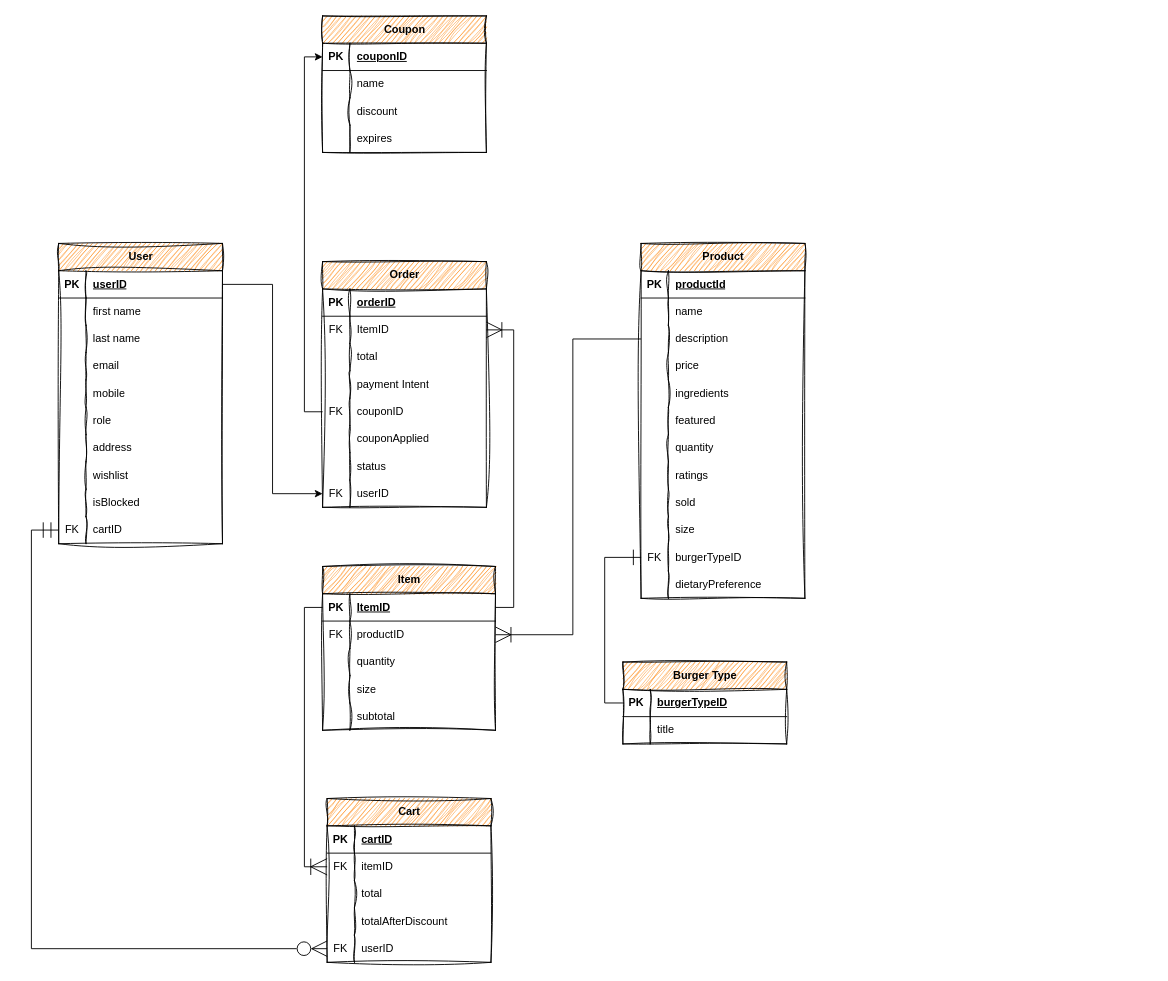
Earlier version of the draw.io diagram ER.drawio (JonR-lang/burger-restaurant-api). Source tidied: cells renumbered, new cells numbered last; positions are measured from the earlier drawing's top-left corner, leaving out a move shared by most shapes. Both pictures are drawn from the tidied source at 91%, with x=0, y=0 at pixel (58, 15).
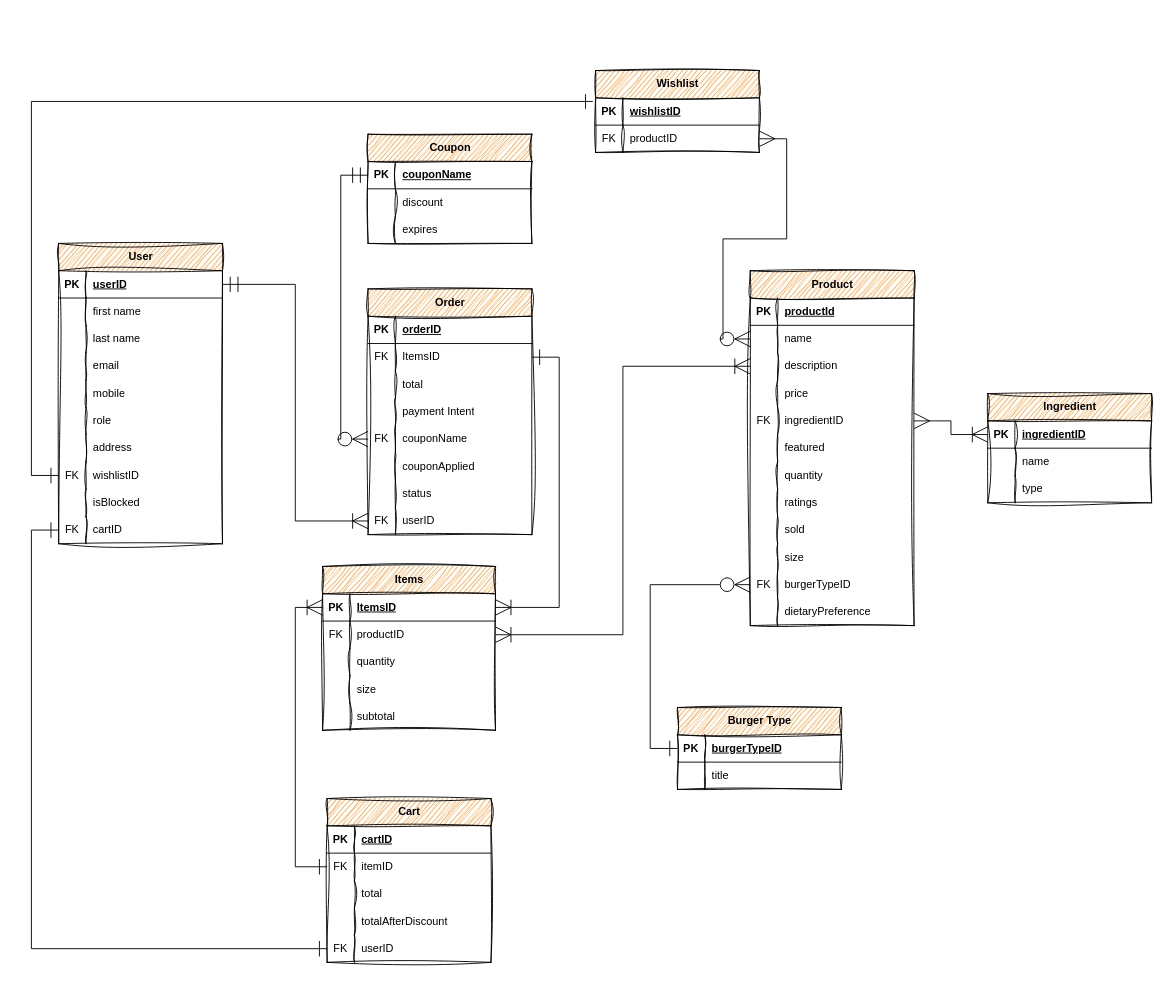
The same diagram, later.

Unchanged cells that the change refers to:
```xml
<mxCell id="3" style="shape=tableRow;horizontal=0;startSize=0;swimlaneHead=0;swimlaneBody=0;fillColor=none;points=[[0,0.5],[1,0.5]];portConstraint=eastwest;top=0;left=0;right=0;bottom=1;" parent="2" vertex="1">
  <mxGeometry y="30" width="180" height="30" as="geometry" />
</mxCell>
<mxCell id="24" style="shape=tableRow;horizontal=0;startSize=0;swimlaneHead=0;swimlaneBody=0;fillColor=none;points=[[0,0.5],[1,0.5]];portConstraint=eastwest;top=0;left=0;right=0;bottom=0;" parent="2" vertex="1">
  <mxGeometry y="240" width="180" height="30" as="geometry" />
</mxCell>
<mxCell id="30" style="shape=tableRow;horizontal=0;startSize=0;swimlaneHead=0;swimlaneBody=0;fillColor=none;points=[[0,0.5],[1,0.5]];portConstraint=eastwest;top=0;left=0;right=0;bottom=0;" parent="2" vertex="1">
  <mxGeometry y="300" width="180" height="30" as="geometry" />
</mxCell>
<mxCell id="37" style="shape=tableRow;horizontal=0;startSize=0;swimlaneHead=0;swimlaneBody=0;fillColor=none;points=[[0,0.5],[1,0.5]];portConstraint=eastwest;top=0;left=0;right=0;bottom=0;" parent="33" vertex="1">
  <mxGeometry y="60" width="180" height="30" as="geometry" />
</mxCell>
<mxCell id="46" style="shape=tableRow;horizontal=0;startSize=0;swimlaneHead=0;swimlaneBody=0;fillColor=none;points=[[0,0.5],[1,0.5]];portConstraint=eastwest;top=0;left=0;right=0;bottom=0;" parent="33" vertex="1">
  <mxGeometry y="150" width="180" height="30" as="geometry" />
</mxCell>
<mxCell id="55" style="shape=tableRow;horizontal=0;startSize=0;swimlaneHead=0;swimlaneBody=0;fillColor=none;points=[[0,0.5],[1,0.5]];portConstraint=eastwest;top=0;left=0;right=0;bottom=0;" parent="33" vertex="1">
  <mxGeometry y="240" width="180" height="30" as="geometry" />
</mxCell>
<mxCell id="62" style="shape=tableRow;horizontal=0;startSize=0;swimlaneHead=0;swimlaneBody=0;fillColor=none;points=[[0,0.5],[1,0.5]];portConstraint=eastwest;top=0;left=0;right=0;bottom=0;" parent="58" vertex="1">
  <mxGeometry y="60" width="180" height="30" as="geometry" />
</mxCell>
<mxCell id="65" style="shape=tableRow;horizontal=0;startSize=0;swimlaneHead=0;swimlaneBody=0;fillColor=none;points=[[0,0.5],[1,0.5]];portConstraint=eastwest;top=0;left=0;right=0;bottom=0;" parent="58" vertex="1">
  <mxGeometry y="90" width="180" height="30" as="geometry" />
</mxCell>
<mxCell id="71" style="shape=tableRow;horizontal=0;startSize=0;swimlaneHead=0;swimlaneBody=0;fillColor=none;points=[[0,0.5],[1,0.5]];portConstraint=eastwest;top=0;left=0;right=0;bottom=0;" parent="58" vertex="1">
  <mxGeometry y="150" width="180" height="30" as="geometry" />
</mxCell>
<mxCell id="89" style="shape=tableRow;horizontal=0;startSize=0;swimlaneHead=0;swimlaneBody=0;fillColor=none;points=[[0,0.5],[1,0.5]];portConstraint=eastwest;top=0;left=0;right=0;bottom=0;" parent="58" vertex="1">
  <mxGeometry y="330" width="180" height="30" as="geometry" />
</mxCell>
<mxCell id="96" style="shape=tableRow;horizontal=0;startSize=0;swimlaneHead=0;swimlaneBody=0;fillColor=none;points=[[0,0.5],[1,0.5]];portConstraint=eastwest;top=0;left=0;right=0;bottom=1;" parent="95" vertex="1">
  <mxGeometry y="30" width="180" height="30" as="geometry" />
</mxCell>
<mxCell id="109" style="shape=tableRow;horizontal=0;startSize=0;swimlaneHead=0;swimlaneBody=0;fillColor=none;points=[[0,0.5],[1,0.5]];portConstraint=eastwest;top=0;left=0;right=0;bottom=1;" parent="108" vertex="1">
  <mxGeometry y="30" width="190" height="30" as="geometry" />
</mxCell>
<mxCell id="112" style="shape=tableRow;horizontal=0;startSize=0;swimlaneHead=0;swimlaneBody=0;fillColor=none;points=[[0,0.5],[1,0.5]];portConstraint=eastwest;top=0;left=0;right=0;bottom=0;" parent="108" vertex="1">
  <mxGeometry y="60" width="190" height="30" as="geometry" />
</mxCell>
<mxCell id="125" style="shape=tableRow;horizontal=0;startSize=0;swimlaneHead=0;swimlaneBody=0;fillColor=none;points=[[0,0.5],[1,0.5]];portConstraint=eastwest;top=0;left=0;right=0;bottom=1;" parent="124" vertex="1">
  <mxGeometry y="30" width="180" height="30" as="geometry" />
</mxCell>
<mxCell id="135" style="shape=tableRow;horizontal=0;startSize=0;swimlaneHead=0;swimlaneBody=0;fillColor=none;points=[[0,0.5],[1,0.5]];portConstraint=eastwest;top=0;left=0;right=0;bottom=0;" parent="131" vertex="1">
  <mxGeometry y="60" width="180" height="30" as="geometry" />
</mxCell>
<mxCell id="144" style="shape=tableRow;horizontal=0;startSize=0;swimlaneHead=0;swimlaneBody=0;fillColor=none;points=[[0,0.5],[1,0.5]];portConstraint=eastwest;top=0;left=0;right=0;bottom=0;" parent="131" vertex="1">
  <mxGeometry y="150" width="180" height="30" as="geometry" />
</mxCell>
```

Diff of the diagram source:
```diff
@@
-    <mxCell id="25" style="shape=partialRectangle;fillColor=none;top=0;left=0;bottom=0;right=0;overflow=hidden;whiteSpace=wrap;html=1;" parent="24" vertex="1">
+    <mxCell id="25" value="FK" style="shape=partialRectangle;fillColor=none;top=0;left=0;bottom=0;right=0;overflow=hidden;whiteSpace=wrap;html=1;" parent="24" vertex="1">
       <mxGeometry width="30" height="30" as="geometry" />
     </mxCell>
-    <mxCell id="26" value="wishlist" style="shape=partialRectangle;fillColor=none;top=0;left=0;bottom=0;right=0;align=left;spacingLeft=6;overflow=hidden;whiteSpace=wrap;html=1;" parent="24" vertex="1">
+    <mxCell id="26" value="wishlistID" style="shape=partialRectangle;fillColor=none;top=0;left=0;bottom=0;right=0;align=left;spacingLeft=6;overflow=hidden;whiteSpace=wrap;html=1;" parent="24" vertex="1">
       <mxGeometry x="30" width="150" height="30" as="geometry" />
     </mxCell>
@@
     <mxCell id="33" value="Order" style="shape=table;startSize=30;childLayout=tableLayout;rowLines=0;fontStyle=1;align=center;html=1;fillStyle=auto;fillColor=#FF8000;sketch=1;curveFitting=1;jiggle=2;" parent="1" vertex="1">
-      <mxGeometry x="290" y="270" width="180" height="270" as="geometry" />
+      <mxGeometry x="340" y="300" width="180" height="270" as="geometry" />
     </mxCell>
@@
-    <mxCell id="39" value="ItemID" style="shape=partialRectangle;fillColor=none;top=0;left=0;bottom=0;right=0;align=left;spacingLeft=6;overflow=hidden;whiteSpace=wrap;html=1;" parent="37" vertex="1">
+    <mxCell id="39" value="ItemsID" style="shape=partialRectangle;fillColor=none;top=0;left=0;bottom=0;right=0;align=left;spacingLeft=6;overflow=hidden;whiteSpace=wrap;html=1;" parent="37" vertex="1">
       <mxGeometry x="30" width="150" height="30" as="geometry" />
     </mxCell>
@@
-    <mxCell id="48" value="couponID" style="shape=partialRectangle;fillColor=none;top=0;left=0;bottom=0;right=0;align=left;spacingLeft=6;overflow=hidden;whiteSpace=wrap;html=1;" parent="46" vertex="1">
+    <mxCell id="48" value="couponName" style="shape=partialRectangle;fillColor=none;top=0;left=0;bottom=0;right=0;align=left;spacingLeft=6;overflow=hidden;whiteSpace=wrap;html=1;" parent="46" vertex="1">
       <mxGeometry x="30" width="150" height="30" as="geometry" />
     </mxCell>
@@
     <mxCell id="58" value="Product" style="shape=table;startSize=30;childLayout=tableLayout;rowLines=0;fontStyle=1;align=center;html=1;fillColor=#FF8000;sketch=1;curveFitting=1;jiggle=2;" parent="1" vertex="1">
-      <mxGeometry x="640" y="250" width="180" height="390" as="geometry" />
+      <mxGeometry x="760" y="280" width="180" height="390" as="geometry" />
     </mxCell>
@@
-    <mxCell id="72" style="shape=partialRectangle;fillColor=none;top=0;left=0;bottom=0;right=0;overflow=hidden;whiteSpace=wrap;html=1;" parent="71" vertex="1">
+    <mxCell id="72" value="FK" style="shape=partialRectangle;fillColor=none;top=0;left=0;bottom=0;right=0;overflow=hidden;whiteSpace=wrap;html=1;" parent="71" vertex="1">
       <mxGeometry width="30" height="30" as="geometry" />
     </mxCell>
-    <mxCell id="73" value="ingredients" style="shape=partialRectangle;fillColor=none;top=0;left=0;bottom=0;right=0;align=left;spacingLeft=6;overflow=hidden;whiteSpace=wrap;html=1;" parent="71" vertex="1">
+    <mxCell id="73" value="ingredientID" style="shape=partialRectangle;fillColor=none;top=0;left=0;bottom=0;right=0;align=left;spacingLeft=6;overflow=hidden;whiteSpace=wrap;html=1;" parent="71" vertex="1">
       <mxGeometry x="30" width="150" height="30" as="geometry" />
     </mxCell>
@@
     <mxCell id="95" value="Coupon" style="shape=table;startSize=30;childLayout=tableLayout;rowLines=0;fontStyle=1;align=center;html=1;fillColor=#FF8000;rounded=0;sketch=1;curveFitting=1;jiggle=2;shadow=0;" parent="1" vertex="1">
-      <mxGeometry x="290" width="180" height="150" as="geometry" />
+      <mxGeometry x="340" y="130" width="180" height="120" as="geometry" />
     </mxCell>
@@
-    <mxCell id="98" value="couponID" style="shape=partialRectangle;fillColor=none;top=0;left=0;bottom=0;right=0;align=left;spacingLeft=6;fontStyle=5;overflow=hidden;whiteSpace=wrap;html=1;" parent="96" vertex="1">
+    <mxCell id="98" value="couponName" style="shape=partialRectangle;fillColor=none;top=0;left=0;bottom=0;right=0;align=left;spacingLeft=6;fontStyle=5;overflow=hidden;whiteSpace=wrap;html=1;" parent="96" vertex="1">
       <mxGeometry x="30" width="150" height="30" as="geometry" />
     </mxCell>
-    <mxCell id="99" style="shape=tableRow;horizontal=0;startSize=0;swimlaneHead=0;swimlaneBody=0;fillColor=none;top=0;left=0;right=0;bottom=0;" parent="95" vertex="1">
-      <mxGeometry y="60" width="180" height="30" as="geometry" />
-    </mxCell>
-    <mxCell id="100" style="shape=partialRectangle;fillColor=none;top=0;left=0;bottom=0;right=0;overflow=hidden;whiteSpace=wrap;html=1;" parent="99" vertex="1">
-      <mxGeometry width="30" height="30" as="geometry" />
-    </mxCell>
-    <mxCell id="101" value="name" style="shape=partialRectangle;fillColor=none;top=0;left=0;bottom=0;right=0;align=left;spacingLeft=6;overflow=hidden;whiteSpace=wrap;html=1;" parent="99" vertex="1">
-      <mxGeometry x="30" width="150" height="30" as="geometry" />
-    </mxCell>
     <mxCell id="102" style="shape=tableRow;horizontal=0;startSize=0;swimlaneHead=0;swimlaneBody=0;fillColor=none;top=0;left=0;right=0;bottom=0;" parent="95" vertex="1">
-      <mxGeometry y="90" width="180" height="30" as="geometry" />
+      <mxGeometry y="60" width="180" height="30" as="geometry" />
     </mxCell>
@@
     <mxCell id="105" style="shape=tableRow;horizontal=0;startSize=0;swimlaneHead=0;swimlaneBody=0;fillColor=none;top=0;left=0;right=0;bottom=0;" parent="95" vertex="1">
-      <mxGeometry y="120" width="180" height="30" as="geometry" />
+      <mxGeometry y="90" width="180" height="30" as="geometry" />
     </mxCell>
@@
-    <mxCell id="108" value="Item" style="shape=table;startSize=30;childLayout=tableLayout;rowLines=0;fontStyle=1;align=center;html=1;fillColor=#FF8000;sketch=1;curveFitting=1;jiggle=2;" parent="1" vertex="1">
+    <mxCell id="108" value="Items" style="shape=table;startSize=30;childLayout=tableLayout;rowLines=0;fontStyle=1;align=center;html=1;fillColor=#FF8000;sketch=1;curveFitting=1;jiggle=2;" parent="1" vertex="1">
       <mxGeometry x="290" y="605" width="190" height="180" as="geometry" />
     </mxCell>
@@
-    <mxCell id="111" value="ItemID" style="shape=partialRectangle;fillColor=none;top=0;left=0;bottom=0;right=0;align=left;spacingLeft=6;fontStyle=5;overflow=hidden;whiteSpace=wrap;html=1;" parent="109" vertex="1">
+    <mxCell id="111" value="ItemsID" style="shape=partialRectangle;fillColor=none;top=0;left=0;bottom=0;right=0;align=left;spacingLeft=6;fontStyle=5;overflow=hidden;whiteSpace=wrap;html=1;" parent="109" vertex="1">
       <mxGeometry x="30" width="160" height="30" as="geometry" />
     </mxCell>
@@
     <mxCell id="124" value="Burger Type" style="shape=table;startSize=30;childLayout=tableLayout;rowLines=0;fontStyle=1;align=center;html=1;fillColor=#FF8000;sketch=1;curveFitting=1;jiggle=2;" parent="1" vertex="1">
-      <mxGeometry x="620" y="710" width="180" height="90" as="geometry" />
+      <mxGeometry x="680" y="760" width="180" height="90" as="geometry" />
     </mxCell>
@@
-    <mxCell id="147" style="edgeStyle=orthogonalEdgeStyle;rounded=0;jettySize=auto;html=1;exitX=0;exitY=0.5;exitDx=0;exitDy=0;entryX=1;entryY=0.5;entryDx=0;entryDy=0;startArrow=none;startFill=0;endArrow=ERoneToMany;endFill=0;targetPerimeterSpacing=0;endSize=15;startSize=15;" parent="1" edge="1" source="65" target="112">
+    <mxCell id="147" style="edgeStyle=orthogonalEdgeStyle;rounded=0;jettySize=auto;html=1;exitX=0;exitY=0.5;exitDx=0;exitDy=0;entryX=1;entryY=0.5;entryDx=0;entryDy=0;startArrow=ERoneToMany;startFill=0;endArrow=ERoneToMany;endFill=0;targetPerimeterSpacing=0;endSize=15;startSize=15;" parent="1" edge="1" source="65" target="112">
       <mxGeometry relative="1" as="geometry" />
     </mxCell>
-    <mxCell id="148" style="edgeStyle=orthogonalEdgeStyle;rounded=0;jettySize=auto;html=1;exitX=1;exitY=0.5;exitDx=0;exitDy=0;entryX=1;entryY=0.5;entryDx=0;entryDy=0;endArrow=ERoneToMany;endFill=0;endSize=15;" parent="1" edge="1" source="109" target="37">
+    <mxCell id="148" style="edgeStyle=orthogonalEdgeStyle;rounded=0;jettySize=auto;html=1;exitX=1;exitY=0.5;exitDx=0;exitDy=0;entryX=1;entryY=0.5;entryDx=0;entryDy=0;endArrow=ERone;endFill=0;endSize=15;startArrow=ERoneToMany;startFill=0;startSize=15;" parent="1" edge="1" source="109" target="37">
       <mxGeometry relative="1" as="geometry" />
     </mxCell>
-    <mxCell id="149" style="edgeStyle=orthogonalEdgeStyle;rounded=0;jettySize=auto;html=1;exitX=0;exitY=0.5;exitDx=0;exitDy=0;entryX=0;entryY=0.5;entryDx=0;entryDy=0;" parent="1" edge="1" source="46" target="96">
+    <mxCell id="149" style="edgeStyle=orthogonalEdgeStyle;rounded=0;jettySize=auto;html=1;exitX=0;exitY=0.5;exitDx=0;exitDy=0;entryX=0;entryY=0.5;entryDx=0;entryDy=0;endArrow=ERmandOne;endFill=0;endSize=15;startSize=15;startArrow=ERzeroToMany;startFill=0;" parent="1" edge="1" source="46" target="96">
       <mxGeometry relative="1" as="geometry" />
     </mxCell>
-    <mxCell id="150" style="edgeStyle=orthogonalEdgeStyle;rounded=0;jettySize=auto;html=1;exitX=1;exitY=0.5;exitDx=0;exitDy=0;entryX=0;entryY=0.5;entryDx=0;entryDy=0;" parent="1" edge="1" source="3" target="55">
+    <mxCell id="150" style="edgeStyle=orthogonalEdgeStyle;rounded=0;jettySize=auto;html=1;exitX=1;exitY=0.5;exitDx=0;exitDy=0;entryX=0;entryY=0.5;entryDx=0;entryDy=0;endArrow=ERoneToMany;endFill=0;endSize=15;startArrow=ERmandOne;startFill=0;targetPerimeterSpacing=1;startSize=15;" parent="1" edge="1" source="3" target="55">
       <mxGeometry relative="1" as="geometry" />
     </mxCell>
-    <mxCell id="151" style="edgeStyle=orthogonalEdgeStyle;rounded=0;jettySize=auto;html=1;exitX=0;exitY=0.5;exitDx=0;exitDy=0;entryX=0;entryY=0.5;entryDx=0;entryDy=0;startArrow=none;startFill=0;endArrow=ERone;endFill=0;endSize=15;" parent="1" edge="1" source="125" target="89">
+    <mxCell id="151" style="edgeStyle=orthogonalEdgeStyle;rounded=0;jettySize=auto;html=1;exitX=0;exitY=0.5;exitDx=0;exitDy=0;entryX=0;entryY=0.5;entryDx=0;entryDy=0;startArrow=ERone;startFill=0;endArrow=ERzeroToMany;endFill=0;endSize=15;startSize=15;" parent="1" edge="1" source="125" target="89">
       <mxGeometry relative="1" as="geometry" />
     </mxCell>
-    <mxCell id="152" style="edgeStyle=orthogonalEdgeStyle;rounded=0;jettySize=auto;html=1;exitX=0;exitY=0.5;exitDx=0;exitDy=0;entryX=0;entryY=0.5;entryDx=0;entryDy=0;endArrow=ERoneToMany;endFill=0;endSize=16;" parent="1" edge="1" source="109" target="135">
+    <mxCell id="152" style="edgeStyle=orthogonalEdgeStyle;rounded=0;jettySize=auto;html=1;exitX=0;exitY=0.5;exitDx=0;exitDy=0;entryX=0;entryY=0.5;entryDx=0;entryDy=0;endArrow=ERone;endFill=0;endSize=15;startArrow=ERoneToMany;startFill=0;startSize=15;" parent="1" edge="1" source="109" target="135">
       <mxGeometry relative="1" as="geometry" />
     </mxCell>
-    <mxCell id="153" style="edgeStyle=orthogonalEdgeStyle;rounded=0;jettySize=auto;html=1;exitX=0;exitY=0.5;exitDx=0;exitDy=0;entryX=0;entryY=0.5;entryDx=0;entryDy=0;startArrow=ERmandOne;startFill=0;endSize=15;targetPerimeterSpacing=0;startSize=15;endArrow=ERzeroToMany;endFill=0;" parent="1" edge="1" source="30" target="144">
+    <mxCell id="153" style="edgeStyle=orthogonalEdgeStyle;rounded=0;jettySize=auto;html=1;exitX=0;exitY=0.5;exitDx=0;exitDy=0;entryX=0;entryY=0.5;entryDx=0;entryDy=0;startArrow=ERone;startFill=0;endSize=15;targetPerimeterSpacing=0;startSize=15;endArrow=ERone;endFill=0;" parent="1" edge="1" source="30" target="144">
       <mxGeometry relative="1" as="geometry" />
     </mxCell>
+    <mxCell id="154" value="Wishlist" style="shape=table;startSize=30;childLayout=tableLayout;rowLines=0;fontStyle=1;align=center;html=1;fillColor=#FF8000;sketch=1;curveFitting=1;jiggle=2;" parent="1" vertex="1">
+      <mxGeometry x="590" y="60" width="180" height="90" as="geometry" />
+    </mxCell>
+    <mxCell id="155" style="shape=tableRow;horizontal=0;startSize=0;swimlaneHead=0;swimlaneBody=0;fillColor=none;points=[[0,0.5],[1,0.5]];portConstraint=eastwest;top=0;left=0;right=0;bottom=1;" parent="154" vertex="1">
+      <mxGeometry y="30" width="180" height="30" as="geometry" />
+    </mxCell>
+    <mxCell id="156" value="PK" style="shape=partialRectangle;fillColor=none;top=0;left=0;bottom=0;right=0;fontStyle=1;overflow=hidden;whiteSpace=wrap;html=1;" parent="155" vertex="1">
+      <mxGeometry width="30" height="30" as="geometry" />
+    </mxCell>
+    <mxCell id="157" value="wishlistID" style="shape=partialRectangle;fillColor=none;top=0;left=0;bottom=0;right=0;align=left;spacingLeft=6;fontStyle=5;overflow=hidden;whiteSpace=wrap;html=1;" parent="155" vertex="1">
+      <mxGeometry x="30" width="150" height="30" as="geometry" />
+    </mxCell>
+    <mxCell id="158" style="shape=tableRow;horizontal=0;startSize=0;swimlaneHead=0;swimlaneBody=0;fillColor=none;points=[[0,0.5],[1,0.5]];portConstraint=eastwest;top=0;left=0;right=0;bottom=0;" parent="154" vertex="1">
+      <mxGeometry y="60" width="180" height="30" as="geometry" />
+    </mxCell>
+    <mxCell id="159" value="FK" style="shape=partialRectangle;fillColor=none;top=0;left=0;bottom=0;right=0;overflow=hidden;whiteSpace=wrap;html=1;" parent="158" vertex="1">
+      <mxGeometry width="30" height="30" as="geometry" />
+    </mxCell>
+    <mxCell id="160" value="productID" style="shape=partialRectangle;fillColor=none;top=0;left=0;bottom=0;right=0;align=left;spacingLeft=6;overflow=hidden;whiteSpace=wrap;html=1;" parent="158" vertex="1">
+      <mxGeometry x="30" width="150" height="30" as="geometry" />
+    </mxCell>
+    <mxCell id="161" style="edgeStyle=orthogonalEdgeStyle;rounded=0;jettySize=auto;html=1;exitX=0;exitY=0.5;exitDx=0;exitDy=0;entryX=-0.017;entryY=0.133;entryDx=0;entryDy=0;entryPerimeter=0;startArrow=ERone;startFill=0;endArrow=ERone;endFill=0;startSize=15;endSize=14;" parent="1" edge="1" source="24" target="155">
+      <mxGeometry relative="1" as="geometry" />
+    </mxCell>
+    <mxCell id="162" style="edgeStyle=orthogonalEdgeStyle;rounded=0;jettySize=auto;html=1;exitX=1;exitY=0.5;exitDx=0;exitDy=0;entryX=0;entryY=0.5;entryDx=0;entryDy=0;endArrow=ERzeroToMany;endFill=0;endSize=15;startSize=15;startArrow=ERmany;startFill=0;" parent="1" edge="1" source="158" target="62">
+      <mxGeometry relative="1" as="geometry" />
+    </mxCell>
+    <mxCell id="163" value="Ingredient" style="shape=table;startSize=30;childLayout=tableLayout;rowLines=0;fontStyle=1;align=center;html=1;fillColor=#FF8000;sketch=1;curveFitting=1;jiggle=2;" parent="1" vertex="1">
+      <mxGeometry x="1021" y="415" width="180" height="120" as="geometry" />
+    </mxCell>
+    <mxCell id="164" style="shape=tableRow;horizontal=0;startSize=0;swimlaneHead=0;swimlaneBody=0;fillColor=none;points=[[0,0.5],[1,0.5]];portConstraint=eastwest;top=0;left=0;right=0;bottom=1;" parent="163" vertex="1">
+      <mxGeometry y="30" width="180" height="30" as="geometry" />
+    </mxCell>
+    <mxCell id="165" value="PK" style="shape=partialRectangle;fillColor=none;top=0;left=0;bottom=0;right=0;fontStyle=1;overflow=hidden;whiteSpace=wrap;html=1;" parent="164" vertex="1">
+      <mxGeometry width="30" height="30" as="geometry" />
+    </mxCell>
+    <mxCell id="166" value="ingredientID" style="shape=partialRectangle;fillColor=none;top=0;left=0;bottom=0;right=0;align=left;spacingLeft=6;fontStyle=5;overflow=hidden;whiteSpace=wrap;html=1;" parent="164" vertex="1">
+      <mxGeometry x="30" width="150" height="30" as="geometry" />
+    </mxCell>
+    <mxCell id="167" style="shape=tableRow;horizontal=0;startSize=0;swimlaneHead=0;swimlaneBody=0;fillColor=none;top=0;left=0;right=0;bottom=0;" parent="163" vertex="1">
+      <mxGeometry y="60" width="180" height="30" as="geometry" />
+    </mxCell>
+    <mxCell id="168" style="shape=partialRectangle;fillColor=none;top=0;left=0;bottom=0;right=0;overflow=hidden;whiteSpace=wrap;html=1;" parent="167" vertex="1">
+      <mxGeometry width="30" height="30" as="geometry" />
+    </mxCell>
+    <mxCell id="101" value="name" style="shape=partialRectangle;fillColor=none;top=0;left=0;bottom=0;right=0;align=left;spacingLeft=6;overflow=hidden;whiteSpace=wrap;html=1;" parent="167" vertex="1">
+      <mxGeometry x="30" width="150" height="30" as="geometry" />
+    </mxCell>
+    <mxCell id="169" style="shape=tableRow;horizontal=0;startSize=0;swimlaneHead=0;swimlaneBody=0;fillColor=none;top=0;left=0;right=0;bottom=0;" parent="163" vertex="1">
+      <mxGeometry y="90" width="180" height="30" as="geometry" />
+    </mxCell>
+    <mxCell id="170" style="shape=partialRectangle;fillColor=none;top=0;left=0;bottom=0;right=0;overflow=hidden;whiteSpace=wrap;html=1;" parent="169" vertex="1">
+      <mxGeometry width="30" height="30" as="geometry" />
+    </mxCell>
+    <mxCell id="171" value="type" style="shape=partialRectangle;fillColor=none;top=0;left=0;bottom=0;right=0;align=left;spacingLeft=6;overflow=hidden;whiteSpace=wrap;html=1;" parent="169" vertex="1">
+      <mxGeometry x="30" width="150" height="30" as="geometry" />
+    </mxCell>
+    <mxCell id="172" style="edgeStyle=orthogonalEdgeStyle;rounded=0;jettySize=auto;html=1;exitX=0;exitY=0.5;exitDx=0;exitDy=0;entryX=1;entryY=0.5;entryDx=0;entryDy=0;startArrow=ERoneToMany;startFill=0;endSize=15;startSize=15;endArrow=ERmany;endFill=0;" parent="1" edge="1" source="164" target="71">
+      <mxGeometry relative="1" as="geometry" />
+    </mxCell>
```
